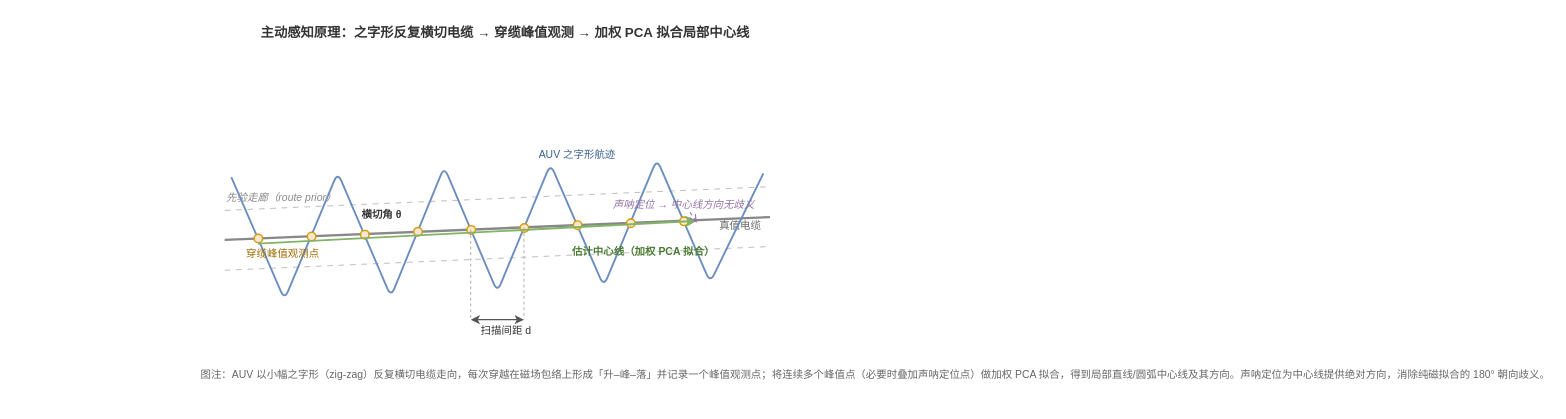
Above: docs/figure/fig_zigzag_probe.drawio in 360ZMEM/AUV-Master-Mag (draw.io), before the change. Source tidied: cells renumbered, new cells numbered last; positions are measured from the earlier drawing's top-left corner, leaving out a move shared by most shapes. Both pictures are drawn from the tidied source at 95%, with x=0, y=0 at pixel (191, 20).
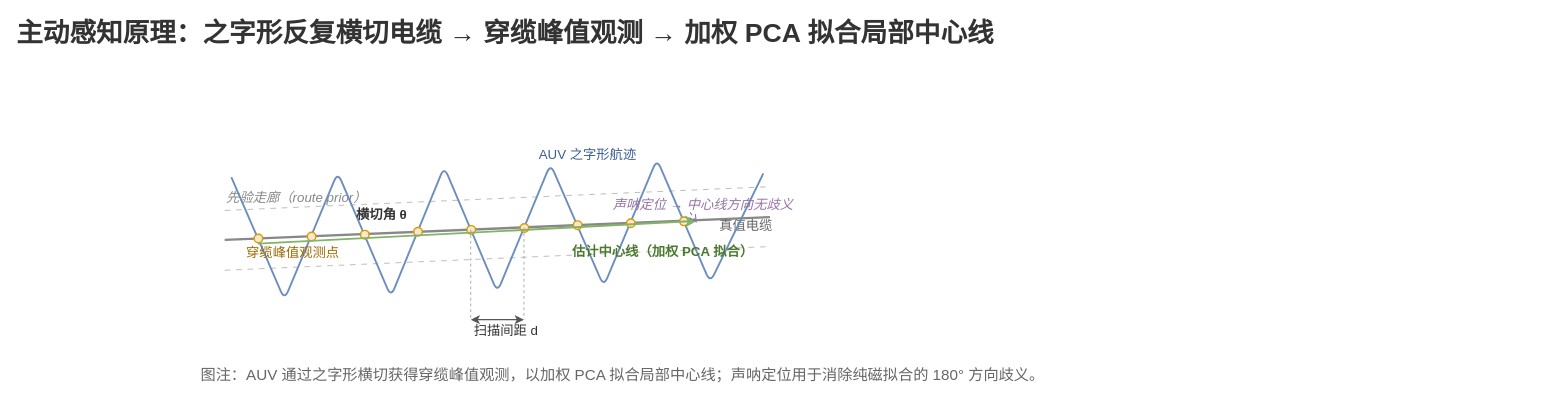
After the change.

Diff of the diagram source:
```diff
@@
-    <mxCell id="2" value="主动感知原理：之字形反复横切电缆 → 穿缆峰值观测 → 加权 PCA 拟合局部中心线" style="text;html=1;align=center;verticalAlign=middle;fontSize=14;fontStyle=1;fontColor=#333333;" parent="1" vertex="1">
+    <mxCell id="2" value="主动感知原理：之字形反复横切电缆 → 穿缆峰值观测 → 加权 PCA 拟合局部中心线" style="text;html=1;align=center;verticalAlign=middle;fontSize=28;fontStyle=1;fontColor=#333333;" parent="1" vertex="1">
       <mxGeometry width="660" height="26" as="geometry" />
     </mxCell>
-    <mxCell id="3" value="先验走廊（route prior）" style="text;html=1;align=left;verticalAlign=middle;fontSize=11;fontStyle=2;fontColor=#888888;" parent="1" vertex="1">
+    <mxCell id="3" value="先验走廊（route prior）" style="text;html=1;align=left;verticalAlign=middle;fontSize=14;fontStyle=2;fontColor=#888888;" parent="1" vertex="1">
       <mxGeometry x="35" y="179" width="180" height="16" as="geometry" />
     </mxCell>
@@
-    <mxCell id="7" value="真值电缆" style="text;html=1;align=left;verticalAlign=middle;fontSize=11;fontStyle=0;fontColor=#666666;" parent="1" vertex="1">
+    <mxCell id="7" value="真值电缆" style="text;html=1;align=left;verticalAlign=middle;fontSize=14;fontStyle=0;fontColor=#666666;" parent="1" vertex="1">
       <mxGeometry x="554" y="208" width="80" height="16" as="geometry" />
     </mxCell>
@@
-    <mxCell id="9" value="AUV 之字形航迹" style="text;html=1;align=left;verticalAlign=middle;fontSize=11;fontStyle=0;fontColor=#3a5f8f;" parent="1" vertex="1">
+    <mxCell id="9" value="AUV 之字形航迹" style="text;html=1;align=left;verticalAlign=middle;fontSize=14;fontStyle=0;fontColor=#3a5f8f;" parent="1" vertex="1">
       <mxGeometry x="364" y="133" width="140" height="16" as="geometry" />
     </mxCell>
@@
-    <mxCell id="19" value="穿缆峰值观测点" style="text;html=1;align=left;verticalAlign=middle;fontSize=11;fontStyle=0;fontColor=#9c6a00;" parent="1" vertex="1">
+    <mxCell id="19" value="穿缆峰值观测点" style="text;html=1;align=left;verticalAlign=middle;fontSize=14;fontStyle=0;fontColor=#9c6a00;" parent="1" vertex="1">
       <mxGeometry x="56" y="237" width="130" height="16" as="geometry" />
     </mxCell>
@@
-    <mxCell id="21" value="估计中心线（加权 PCA 拟合）" style="text;html=1;align=left;verticalAlign=middle;fontSize=11;fontStyle=1;fontColor=#4a7a2f;" parent="1" vertex="1">
+    <mxCell id="21" value="估计中心线（加权 PCA 拟合）" style="text;html=1;align=left;verticalAlign=middle;fontSize=14;fontStyle=1;fontColor=#4a7a2f;" parent="1" vertex="1">
       <mxGeometry x="399" y="235" width="210" height="16" as="geometry" />
     </mxCell>
-    <mxCell id="22" value="横切角 θ" style="text;html=1;align=center;verticalAlign=middle;fontSize=11;fontStyle=1;fontColor=#333333;" parent="1" vertex="1">
+    <mxCell id="22" value="横切角 θ" style="text;html=1;align=center;verticalAlign=middle;fontSize=14;fontStyle=1;fontColor=#333333;" parent="1" vertex="1">
       <mxGeometry x="155" y="196" width="90" height="16" as="geometry" />
     </mxCell>
@@
-    <mxCell id="26" value="扫描间距 d" style="text;html=1;align=center;verticalAlign=middle;fontSize=11;fontStyle=0;fontColor=#333333;" parent="1" vertex="1">
+    <mxCell id="26" value="扫描间距 d" style="text;html=1;align=center;verticalAlign=middle;fontSize=14;fontStyle=0;fontColor=#333333;" parent="1" vertex="1">
       <mxGeometry x="276" y="319" width="110" height="16" as="geometry" />
     </mxCell>
-    <mxCell id="27" value="声呐定位 → 中心线方向无歧义" style="text;html=1;align=left;verticalAlign=middle;fontSize=11;fontStyle=2;fontColor=#9673a6;" parent="1" vertex="1">
+    <mxCell id="27" value="声呐定位 → 中心线方向无歧义" style="text;html=1;align=left;verticalAlign=middle;fontSize=14;fontStyle=2;fontColor=#9673a6;" parent="1" vertex="1">
       <mxGeometry x="442" y="186" width="230" height="16" as="geometry" />
     </mxCell>
@@
-    <mxCell id="29" value="图注：AUV 以小幅之字形（zig-zag）反复横切电缆走向，每次穿越在磁场包络上形成「升–峰–落」并记录一个峰值观测点；将连续多个峰值点（必要时叠加声呐定位点）做加权 PCA 拟合，得到局部直线/圆弧中心线及其方向。声呐定位为中心线提供绝对方向，消除纯磁拟合的 180° 朝向歧义。" style="text;html=1;align=left;verticalAlign=middle;fontSize=11;fontStyle=0;fontColor=#666666;spacingLeft=8;" parent="1" vertex="1">
+    <mxCell id="29" value="图注：AUV 通过之字形横切获得穿缆峰值观测，以加权 PCA 拟合局部中心线；声呐定位用于消除纯磁拟合的 180° 方向歧义。" style="text;html=1;align=left;verticalAlign=middle;fontSize=16;fontStyle=0;fontColor=#666666;spacingLeft=8;" parent="1" vertex="1">
       <mxGeometry y="343" width="660" height="60" as="geometry" />
     </mxCell>
```
